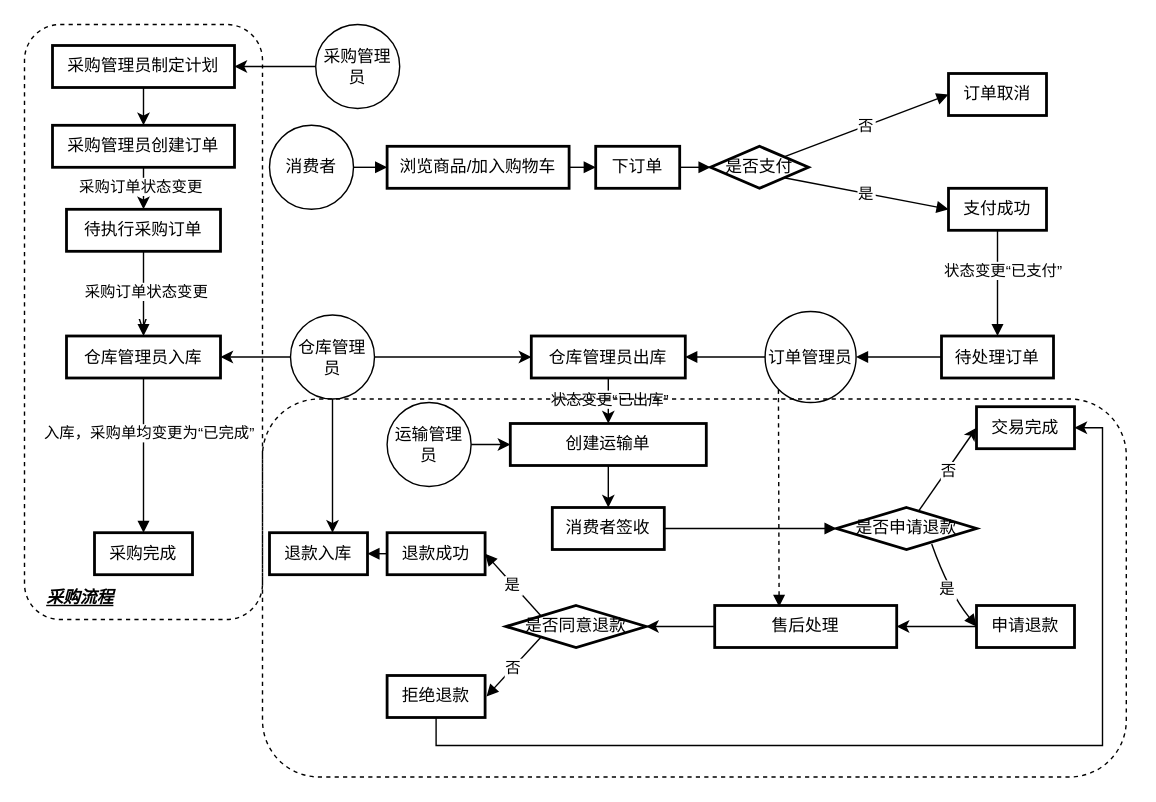
The draw.io diagram page "第 2 页" (2 of 3) of 组织架构.drawio in moriyasukowa/resume, before the edit. Source tidied: cells renumbered, new cells numbered last; positions are measured from the earlier drawing's top-left corner, leaving out a move shared by most shapes. Both pictures are drawn from the tidied source at 140%, with x=0, y=0 at pixel (24, 24).
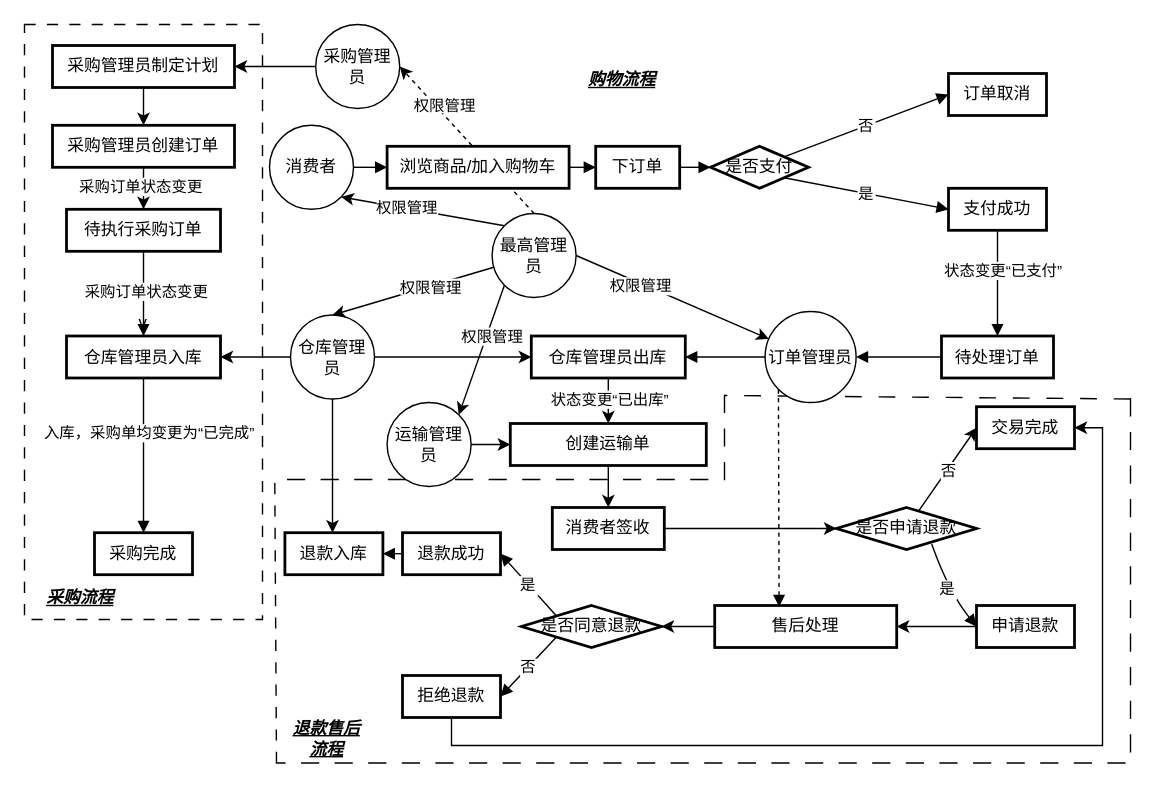
The same page after the edit.

Commit message:
更新组织架构.drawio

The change refers to these unchanged cells:
```xml
<mxCell id="13" value="消费者签收" style="whiteSpace=wrap;strokeWidth=2;" parent="1" vertex="1">
  <mxGeometry x="377" y="345" width="80" height="30" as="geometry" />
</mxCell>
<mxCell id="16" value="是否申请退款" style="rhombus;strokeWidth=2;whiteSpace=wrap;" parent="1" vertex="1">
  <mxGeometry x="580" y="345" width="100" height="30" as="geometry" />
</mxCell>
<mxCell id="19" value="交易完成" style="whiteSpace=wrap;strokeWidth=2;" parent="1" vertex="1">
  <mxGeometry x="680" y="273" width="70" height="30" as="geometry" />
</mxCell>
<mxCell id="53" value="消费者" style="ellipse;whiteSpace=wrap;html=1;" parent="1" vertex="1">
  <mxGeometry x="175" y="72" width="60" height="60" as="geometry" />
</mxCell>
<mxCell id="54" value="订单管理员" style="ellipse;whiteSpace=wrap;html=1;" parent="1" vertex="1">
  <mxGeometry x="529" y="205" width="65" height="65" as="geometry" />
</mxCell>
<mxCell id="56" value="采购管理员" style="ellipse;whiteSpace=wrap;html=1;" parent="1" vertex="1">
  <mxGeometry x="208" width="60" height="60" as="geometry" />
</mxCell>
<mxCell id="60" value="仓库管理员" style="ellipse;whiteSpace=wrap;html=1;rotation=0;" parent="1" vertex="1">
  <mxGeometry x="190" y="207.5" width="60" height="60" as="geometry" />
</mxCell>
<mxCell id="62" value="运输管理员" style="ellipse;whiteSpace=wrap;html=1;rotation=0;" parent="1" vertex="1">
  <mxGeometry x="259" y="270" width="60" height="60" as="geometry" />
</mxCell>
```

The edit, as a diff of the source:
```diff
@@
-    <mxCell id="2" value="浏览商品/加入购物车" style="whiteSpace=wrap;strokeWidth=2;" parent="1" vertex="1">
-      <mxGeometry x="259" y="87" width="130" height="30" as="geometry" />
-    </mxCell>
+    <mxCell id="67" style="endArrow=none;dashed=1;html=1;rounded=0;exitX=1;exitY=0;exitDx=0;exitDy=0;entryX=1;entryY=0;entryDx=0;entryDy=0;dashPattern=12 12;" parent="1" edge="1" source="68" target="69">
+      <mxGeometry relative="1" as="geometry" />
+    </mxCell>
+    <mxCell id="68" style="shape=partialRectangle;whiteSpace=wrap;html=1;top=0;left=0;fillColor=none;dashed=1;dashPattern=12 12;" parent="1" vertex="1">
+      <mxGeometry x="180" y="267.5" width="610" height="260" as="geometry" />
+    </mxCell>
+    <mxCell id="69" style="shape=partialRectangle;whiteSpace=wrap;html=1;top=0;left=0;fillColor=none;dashed=1;dashPattern=12 12;" parent="1" vertex="1">
+      <mxGeometry x="180" y="265" width="320" height="60" as="geometry" />
+    </mxCell>
@@
+    <mxCell id="44" style="edgeStyle=orthogonalEdgeStyle;rounded=0;jettySize=auto;html=1;exitX=1;exitY=0.5;exitDx=0;exitDy=0;entryX=0;entryY=0.5;entryDx=0;entryDy=0;" parent="1" edge="1" source="13" target="16">
+      <mxGeometry relative="1" as="geometry" />
+    </mxCell>
@@
     <mxCell id="22" value="是否同意退款" style="rhombus;strokeWidth=2;whiteSpace=wrap;" parent="1" vertex="1">
-      <mxGeometry x="344" y="415" width="100" height="30" as="geometry" />
+      <mxGeometry x="355" y="415" width="100" height="30" as="geometry" />
     </mxCell>
     <mxCell id="23" value="退款成功" style="whiteSpace=wrap;strokeWidth=2;" parent="1" vertex="1">
-      <mxGeometry x="259" y="363" width="70" height="30" as="geometry" />
+      <mxGeometry x="270" y="363" width="70" height="30" as="geometry" />
     </mxCell>
-    <mxCell id="24" style="edgeStyle=orthogonalEdgeStyle;rounded=0;jettySize=auto;html=1;exitX=0.5;exitY=1;exitDx=0;exitDy=0;entryX=1;entryY=0.5;entryDx=0;entryDy=0;" parent="1" edge="1" source="25" target="19">
-      <mxGeometry relative="1" as="geometry" />
-    </mxCell>
     <mxCell id="25" value="拒绝退款" style="whiteSpace=wrap;strokeWidth=2;" parent="1" vertex="1">
-      <mxGeometry x="259" y="465" width="70" height="30" as="geometry" />
+      <mxGeometry x="270" y="465" width="70" height="30" as="geometry" />
     </mxCell>
     <mxCell id="26" value="退款入库" style="whiteSpace=wrap;strokeWidth=2;" parent="1" vertex="1">
-      <mxGeometry x="175" y="363" width="70" height="30" as="geometry" />
+      <mxGeometry x="186" y="363" width="70" height="30" as="geometry" />
     </mxCell>
@@
-    <mxCell id="44" style="curved=1;startArrow=none;endArrow=block;exitX=1;exitY=0.5;entryX=0;entryY=0.5;rounded=0;exitDx=0;exitDy=0;entryDx=0;entryDy=0;" parent="1" edge="1" source="13" target="16">
-      <mxGeometry relative="1" as="geometry" />
-    </mxCell>
@@
-    <mxCell id="47" value="否" style="curved=1;startArrow=none;endArrow=block;exitX=0;exitY=1;rounded=0;exitDx=0;exitDy=0;" parent="1" edge="1" source="22">
-      <mxGeometry relative="1" as="geometry">
-        <mxPoint x="330" y="480" as="targetPoint" />
-      </mxGeometry>
+    <mxCell id="47" value="否" style="curved=1;startArrow=none;endArrow=block;exitX=0;exitY=1;rounded=0;exitDx=0;exitDy=0;entryX=1;entryY=0.5;entryDx=0;entryDy=0;" parent="1" edge="1" source="22" target="25">
+      <mxGeometry relative="1" as="geometry" />
     </mxCell>
@@
-    <mxCell id="64" value="v" style="rounded=1;whiteSpace=wrap;html=1;fillColor=none;dashed=1;" parent="1" vertex="1">
+    <mxCell id="64" value="v" style="rounded=0;whiteSpace=wrap;html=1;fillColor=none;dashed=1;strokeColor=default;dashPattern=8 8;" parent="1" vertex="1">
       <mxGeometry width="170" height="425" as="geometry" />
     </mxCell>
@@
-    <mxCell id="66" style="rounded=1;whiteSpace=wrap;html=1;fillColor=none;dashed=1;" parent="1" vertex="1">
-      <mxGeometry x="170" y="267.5" width="617" height="270" as="geometry" />
-    </mxCell>
+    <mxCell id="70" style="rounded=0;jettySize=auto;html=1;exitX=1;exitY=0.5;exitDx=0;exitDy=0;" parent="1" edge="1" source="78" target="54">
+      <mxGeometry relative="1" as="geometry" />
+    </mxCell>
+    <mxCell id="71" value="权限管理" style="edgeLabel;html=1;align=center;verticalAlign=middle;" parent="70" vertex="1">
+      <mxGeometry x="-0.33" y="-2" relative="1" as="geometry" />
+    </mxCell>
+    <mxCell id="72" style="rounded=0;jettySize=auto;html=1;entryX=0.5;entryY=0;entryDx=0;entryDy=0;" parent="1" edge="1" source="78" target="60">
+      <mxGeometry relative="1" as="geometry" />
+    </mxCell>
+    <mxCell id="73" style="rounded=0;jettySize=auto;html=1;exitX=0;exitY=0;exitDx=0;exitDy=0;entryX=1;entryY=1;entryDx=0;entryDy=0;" parent="1" edge="1" source="78" target="53">
+      <mxGeometry relative="1" as="geometry" />
+    </mxCell>
+    <mxCell id="74" value="权限管理" style="edgeLabel;html=1;align=center;verticalAlign=middle;" parent="73" vertex="1">
+      <mxGeometry x="0.22" y="-1" relative="1" as="geometry" />
+    </mxCell>
+    <mxCell id="75" style="rounded=0;jettySize=auto;html=1;exitX=0;exitY=1;exitDx=0;exitDy=0;entryX=1;entryY=0;entryDx=0;entryDy=0;" parent="1" edge="1" source="78" target="62">
+      <mxGeometry relative="1" as="geometry" />
+    </mxCell>
+    <mxCell id="76" value="权限管理" style="edgeLabel;html=1;align=center;verticalAlign=middle;" parent="75" vertex="1">
+      <mxGeometry x="-0.24" y="3" relative="1" as="geometry" />
+    </mxCell>
+    <mxCell id="77" style="rounded=0;jettySize=auto;html=1;exitX=0.5;exitY=0;exitDx=0;exitDy=0;entryX=1;entryY=0.5;entryDx=0;entryDy=0;dashed=1;" parent="1" edge="1" source="78" target="56">
+      <mxGeometry relative="1" as="geometry" />
+    </mxCell>
+    <mxCell id="78" value="最高管理员" style="ellipse;whiteSpace=wrap;html=1;" parent="1" vertex="1">
+      <mxGeometry x="334" y="135" width="60" height="60" as="geometry" />
+    </mxCell>
+    <mxCell id="2" value="浏览商品/加入购物车" style="whiteSpace=wrap;strokeWidth=2;" parent="1" vertex="1">
+      <mxGeometry x="259" y="87" width="130" height="30" as="geometry" />
+    </mxCell>
+    <mxCell id="79" value="&lt;span style=&quot;font-size: 11px; background-color: rgb(255, 255, 255);&quot;&gt;权限管理&lt;/span&gt;" style="text;html=1;align=center;verticalAlign=middle;strokeColor=none;fillColor=none;" parent="1" vertex="1">
+      <mxGeometry x="255" y="173" width="70" height="30" as="geometry" />
+    </mxCell>
+    <mxCell id="80" value="&lt;span style=&quot;font-size: 11px; background-color: rgb(255, 255, 255);&quot;&gt;权限管理&lt;/span&gt;" style="text;html=1;align=center;verticalAlign=middle;strokeColor=none;fillColor=none;" parent="1" vertex="1">
+      <mxGeometry x="265" y="43" width="70" height="30" as="geometry" />
+    </mxCell>
+    <mxCell id="24" style="edgeStyle=orthogonalEdgeStyle;rounded=0;jettySize=auto;html=1;exitX=0.5;exitY=1;exitDx=0;exitDy=0;entryX=1;entryY=0.5;entryDx=0;entryDy=0;" parent="1" edge="1" source="25" target="19">
+      <mxGeometry relative="1" as="geometry" />
+    </mxCell>
+    <mxCell id="81" style="rounded=0;orthogonalLoop=1;jettySize=auto;html=1;exitX=0;exitY=1;exitDx=0;exitDy=0;entryX=-0.002;entryY=0.225;entryDx=0;entryDy=0;entryPerimeter=0;endArrow=none;startFill=0;dashed=1;dashPattern=8 8;" parent="1" edge="1" source="68" target="68">
+      <mxGeometry relative="1" as="geometry" />
+    </mxCell>
+    <mxCell id="82" value="&lt;b&gt;&lt;u&gt;&lt;i&gt;退款售后流程&lt;/i&gt;&lt;/u&gt;&lt;/b&gt;" style="text;html=1;align=center;verticalAlign=middle;whiteSpace=wrap;rounded=0;" parent="1" vertex="1">
+      <mxGeometry x="186" y="495" width="60" height="30" as="geometry" />
+    </mxCell>
+    <mxCell id="83" value="&lt;b&gt;&lt;u&gt;&lt;i&gt;购物流程&lt;/i&gt;&lt;/u&gt;&lt;/b&gt;" style="text;html=1;align=center;verticalAlign=middle;whiteSpace=wrap;rounded=0;" parent="1" vertex="1">
+      <mxGeometry x="397" y="25" width="60" height="30" as="geometry" />
+    </mxCell>
```
